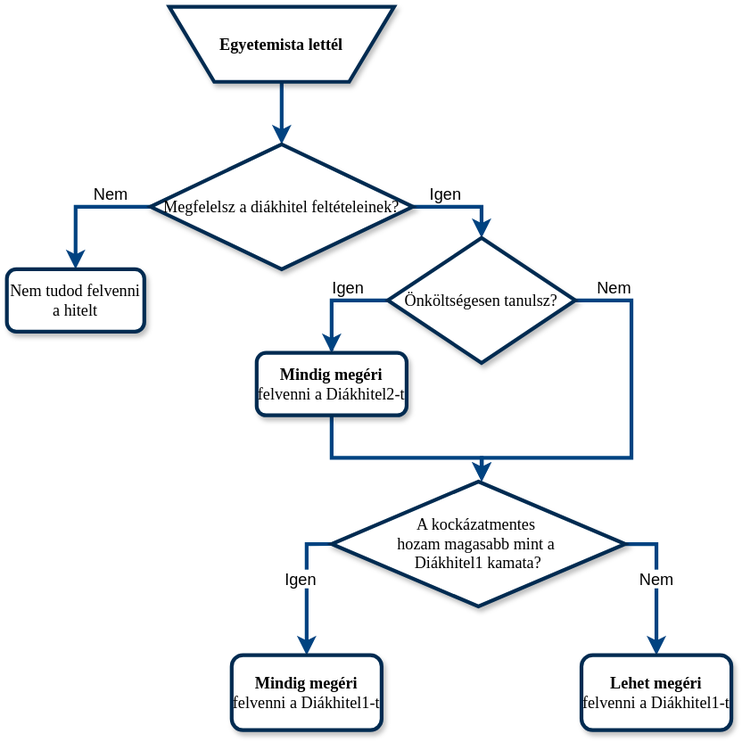
hakatiki/ETI-blog keeps this draw.io diagram as static/flowchart.svg. Above is the earlier version. Source tidied: cells renumbered, new cells last; positions are measured from the earlier drawing's top-left corner, leaving out a move shared by most shapes.
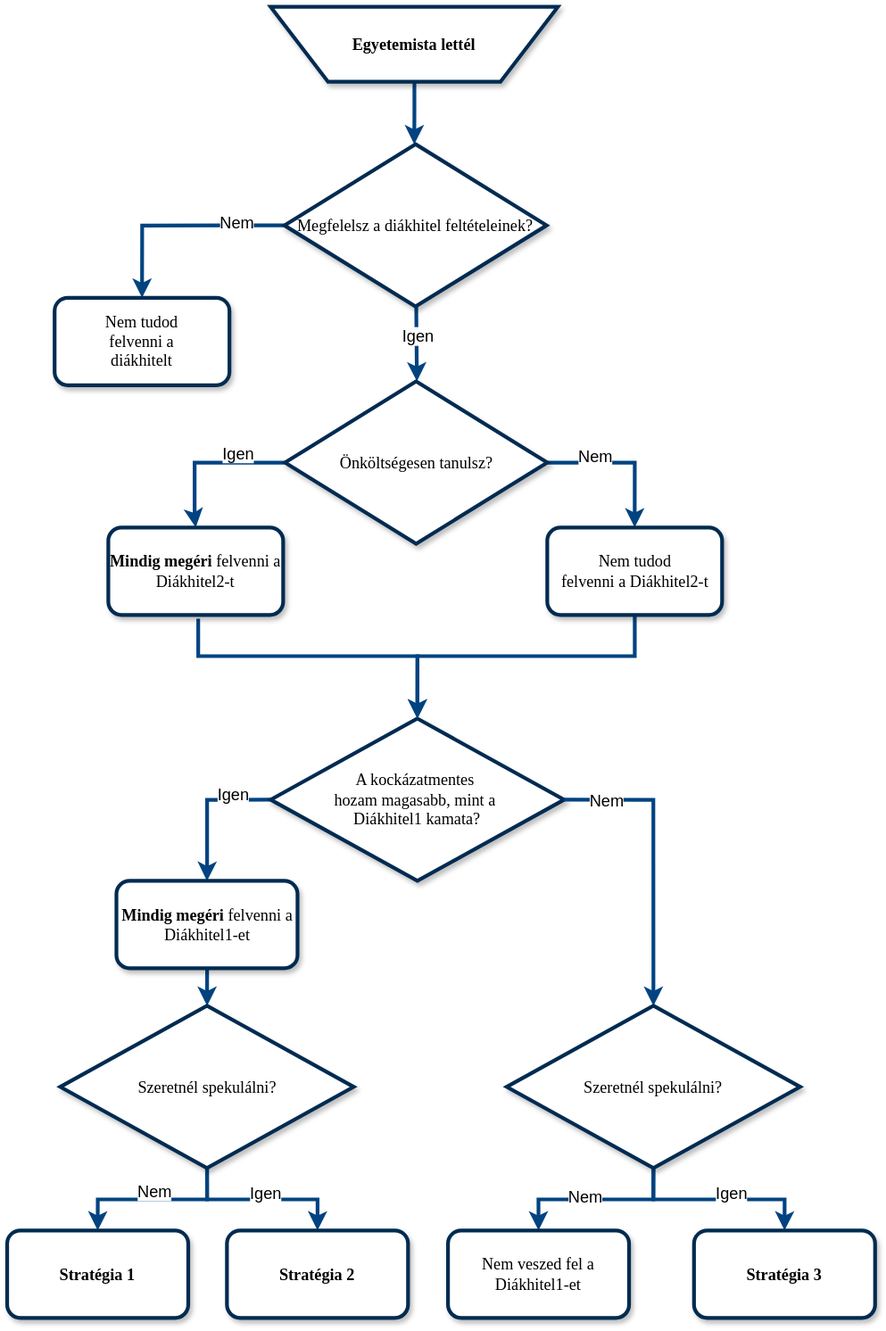
After the commit.

Diff of the diagram source:
```diff
@@ -2,116 +2,185 @@
   <root>
     <mxCell id="0" />
     <mxCell id="1" parent="0" />
-    <mxCell id="2" style="edgeStyle=orthogonalEdgeStyle;rounded=0;jettySize=auto;fontSize=13;strokeWidth=3;strokeColor=#004381;html=1;" parent="1" edge="1" source="3" target="8">
-      <mxGeometry relative="1" as="geometry" />
+    <mxCell id="2" style="edgeStyle=orthogonalEdgeStyle;rounded=0;jettySize=auto;fontSize=13;strokeWidth=3;strokeColor=#004381;html=1;entryX=0.5;entryY=0;entryDx=0;entryDy=0;" parent="1" edge="1" source="3">
+      <mxGeometry relative="1" as="geometry">
+        <mxPoint x="246" y="70" as="targetPoint" />
+      </mxGeometry>
     </mxCell>
     <mxCell id="3" value="&lt;b&gt;Egyetemista lettél&lt;/b&gt;" style="shape=trapezoid;rounded=0;shadow=1;labelBackgroundColor=none;strokeWidth=3;fontFamily=Verdana;fontSize=13;align=center;flipV=1;strokeColor=#002b51;whiteSpace=wrap;html=1;" parent="1" vertex="1">
-      <mxGeometry x="130" width="180" height="60" as="geometry" />
+      <mxGeometry x="131" y="-40" width="230" height="60" as="geometry" />
     </mxCell>
-    <mxCell id="4" style="edgeStyle=orthogonalEdgeStyle;rounded=0;jettySize=auto;entryX=0.5;entryY=0;entryDx=0;entryDy=0;fontSize=13;strokeWidth=3;strokeColor=#004381;html=1;" parent="1" edge="1" source="8" target="9">
-      <mxGeometry relative="1" as="geometry" />
+    <mxCell id="4" style="edgeStyle=orthogonalEdgeStyle;rounded=0;jettySize=auto;entryX=0.5;entryY=0;entryDx=0;entryDy=0;fontSize=13;strokeWidth=3;strokeColor=#004381;html=1;exitX=0;exitY=0.5;exitDx=0;exitDy=0;" parent="1" edge="1" source="8" target="26">
+      <mxGeometry relative="1" as="geometry">
+        <Array as="points">
+          <mxPoint x="28" y="135" />
+        </Array>
+      </mxGeometry>
     </mxCell>
     <mxCell id="5" value="Nem" style="edgeLabel;align=center;verticalAlign=middle;fontSize=13;html=1;" parent="4" vertex="1">
       <mxGeometry relative="1" as="geometry">
-        <mxPoint x="23" y="-11" as="offset" />
+        <mxPoint x="48" y="-3" as="offset" />
       </mxGeometry>
     </mxCell>
-    <mxCell id="6" style="edgeStyle=orthogonalEdgeStyle;rounded=0;jettySize=auto;fontSize=13;strokeWidth=3;strokeColor=#004381;html=1;exitX=1;exitY=0.5;exitDx=0;exitDy=0;" parent="1" edge="1" source="8" target="14">
+    <mxCell id="6" style="edgeStyle=orthogonalEdgeStyle;rounded=0;jettySize=auto;fontSize=13;strokeWidth=3;strokeColor=#004381;html=1;exitX=0.5;exitY=1;exitDx=0;exitDy=0;entryX=0.5;entryY=0;entryDx=0;entryDy=0;" parent="1" edge="1" source="8" target="14">
       <mxGeometry relative="1" as="geometry">
         <Array as="points">
-          <mxPoint x="380" y="160" />
+          <mxPoint x="247" y="135" />
+          <mxPoint x="248" y="135" />
+          <mxPoint x="248" y="260" />
         </Array>
       </mxGeometry>
     </mxCell>
     <mxCell id="7" value="Igen" style="edgeLabel;align=center;verticalAlign=middle;fontSize=13;html=1;" parent="6" vertex="1">
       <mxGeometry relative="1" as="geometry">
-        <mxPoint x="-15" y="-11" as="offset" />
+        <mxPoint x="-2" y="-26" as="offset" />
       </mxGeometry>
     </mxCell>
     <mxCell id="8" value="Megfelelsz a diákhitel feltételeinek?" style="rhombus;rounded=0;shadow=1;labelBackgroundColor=none;strokeWidth=3;fontFamily=Verdana;fontSize=13;align=center;strokeColor=#002b51;whiteSpace=wrap;html=1;" parent="1" vertex="1">
-      <mxGeometry x="115" y="110" width="210" height="100" as="geometry" />
+      <mxGeometry x="142" y="70" width="210" height="130" as="geometry" />
     </mxCell>
-    <mxCell id="9" value="Nem tudod felvenni a hitelt" style="rounded=1;shadow=1;labelBackgroundColor=none;strokeWidth=3;fontFamily=Verdana;fontSize=13;align=center;strokeColor=#002b51;whiteSpace=wrap;html=1;" parent="1" vertex="1">
-      <mxGeometry y="210" width="110" height="50" as="geometry" />
-    </mxCell>
-    <mxCell id="10" style="edgeStyle=orthogonalEdgeStyle;rounded=0;jettySize=auto;entryX=0.5;entryY=0;entryDx=0;entryDy=0;fontSize=13;strokeWidth=3;strokeColor=#004381;html=1;" parent="1" edge="1" source="14" target="16">
+    <mxCell id="10" style="edgeStyle=orthogonalEdgeStyle;rounded=0;jettySize=auto;entryX=0.5;entryY=0;entryDx=0;entryDy=0;fontSize=13;strokeWidth=3;strokeColor=#004381;html=1;exitX=0;exitY=0.5;exitDx=0;exitDy=0;" parent="1" edge="1" source="14" target="16">
       <mxGeometry relative="1" as="geometry">
         <Array as="points">
-          <mxPoint x="260" y="235" />
-          <mxPoint x="260" y="275" />
+          <mxPoint x="70" y="325" />
+          <mxPoint x="70" y="370" />
         </Array>
       </mxGeometry>
     </mxCell>
     <mxCell id="11" value="Igen" style="edgeLabel;align=center;verticalAlign=middle;fontSize=13;html=1;" parent="10" vertex="1">
       <mxGeometry relative="1" as="geometry">
-        <mxPoint x="11" y="-11" as="offset" />
+        <mxPoint x="24" y="-8" as="offset" />
       </mxGeometry>
     </mxCell>
-    <mxCell id="12" style="edgeStyle=orthogonalEdgeStyle;rounded=0;orthogonalLoop=1;jettySize=auto;entryX=0.501;entryY=-0.02;entryDx=0;entryDy=0;fontSize=13;strokeWidth=3;strokeColor=#004381;html=1;entryPerimeter=0;" parent="1" edge="1">
-      <mxGeometry relative="1" as="geometry">
-        <mxPoint x="432.5" y="237" as="sourcePoint" />
-        <mxPoint x="380.2" y="380" as="targetPoint" />
-        <Array as="points">
-          <mxPoint x="432" y="235" />
-          <mxPoint x="500" y="235" />
-          <mxPoint x="500" y="361" />
-          <mxPoint x="380" y="361" />
-        </Array>
-      </mxGeometry>
-    </mxCell>
-    <mxCell id="13" value="Nem" style="edgeLabel;align=center;verticalAlign=middle;fontSize=13;html=1;" parent="12" vertex="1">
-      <mxGeometry relative="1" as="geometry">
-        <mxPoint x="-15" y="-108" as="offset" />
-      </mxGeometry>
-    </mxCell>
-    <mxCell id="14" value="Önköltségesen tanulsz?" style="rhombus;rounded=0;shadow=1;labelBackgroundColor=none;strokeWidth=3;fontFamily=Verdana;fontSize=13;align=center;strokeColor=#002b51;whiteSpace=wrap;html=1;" parent="1" vertex="1">
-      <mxGeometry x="305" y="185" width="150" height="100" as="geometry" />
-    </mxCell>
-    <mxCell id="15" style="edgeStyle=orthogonalEdgeStyle;rounded=0;jettySize=auto;fontSize=13;strokeWidth=3;strokeColor=#004381;html=1;entryX=0.5;entryY=0;entryDx=0;entryDy=0;exitX=0.5;exitY=1;exitDx=0;exitDy=0;" parent="1" edge="1" source="16">
+    <mxCell id="15" style="edgeStyle=orthogonalEdgeStyle;rounded=0;orthogonalLoop=1;jettySize=auto;fontSize=13;strokeWidth=3;strokeColor=#004381;html=1;exitX=0.5;exitY=1;exitDx=0;exitDy=0;exitPerimeter=0;entryX=0.5;entryY=0;entryDx=0;entryDy=0;" parent="1" edge="1">
       <mxGeometry relative="1" as="geometry">
-        <mxPoint x="380" y="380" as="targetPoint" />
+        <mxPoint x="73" y="450" as="sourcePoint" />
+        <mxPoint x="248.5" y="530" as="targetPoint" />
         <Array as="points">
-          <mxPoint x="260" y="361" />
-          <mxPoint x="380" y="361" />
+          <mxPoint x="73" y="480" />
+          <mxPoint x="248" y="480" />
         </Array>
       </mxGeometry>
     </mxCell>
     <mxCell id="16" value="&lt;b&gt;Mindig megéri&lt;/b&gt; felvenni a Diákhitel2-t" style="rounded=1;shadow=1;labelBackgroundColor=none;strokeWidth=3;fontFamily=Verdana;fontSize=13;align=center;strokeColor=#002b51;whiteSpace=wrap;html=1;" parent="1" vertex="1">
-      <mxGeometry x="200" y="277" width="120" height="50" as="geometry" />
+      <mxGeometry x="1" y="377" width="140" height="70" as="geometry" />
     </mxCell>
-    <mxCell id="17" style="edgeStyle=orthogonalEdgeStyle;rounded=0;jettySize=auto;entryX=0.5;entryY=0;entryDx=0;entryDy=0;fontSize=13;strokeWidth=3;strokeColor=#004381;html=1;exitX=0;exitY=0.5;exitDx=0;exitDy=0;" parent="1" edge="1" source="21" target="22">
+    <mxCell id="17" style="edgeStyle=orthogonalEdgeStyle;rounded=0;jettySize=auto;fontSize=13;strokeWidth=3;strokeColor=#004381;html=1;exitX=0;exitY=0.5;exitDx=0;exitDy=0;entryX=0.5;entryY=0;entryDx=0;entryDy=0;" parent="1" edge="1" source="21" target="22">
       <mxGeometry relative="1" as="geometry">
         <Array as="points">
-          <mxPoint x="240" y="430" />
-          <mxPoint x="240" y="519" />
+          <mxPoint x="80" y="595" />
+          <mxPoint x="80" y="650" />
         </Array>
       </mxGeometry>
     </mxCell>
     <mxCell id="18" value="Igen" style="edgeLabel;align=center;verticalAlign=middle;fontSize=13;html=1;" parent="17" vertex="1">
       <mxGeometry relative="1" as="geometry">
-        <mxPoint x="-6" y="-7" as="offset" />
+        <mxPoint x="20" y="-12" as="offset" />
       </mxGeometry>
     </mxCell>
-    <mxCell id="19" style="edgeStyle=orthogonalEdgeStyle;rounded=0;jettySize=auto;html=1;entryX=0.5;entryY=0;entryDx=0;entryDy=0;strokeWidth=3;strokeColor=#004381;" parent="1" edge="1" source="21" target="23">
-      <mxGeometry relative="1" as="geometry">
-        <Array as="points">
-          <mxPoint x="520" y="430" />
-        </Array>
-      </mxGeometry>
-    </mxCell>
-    <mxCell id="20" value="Nem" style="edgeLabel;html=1;align=center;verticalAlign=middle;fontSize=13;" parent="19" vertex="1">
-      <mxGeometry x="-0.66" y="1" relative="1" as="geometry">
-        <mxPoint x="5" y="28" as="offset" />
-      </mxGeometry>
-    </mxCell>
-    <mxCell id="21" value="A kockázatmentes&amp;nbsp;&lt;div&gt;hozam magasabb mint a&amp;nbsp;&lt;/div&gt;&lt;div&gt;Diákhitel1 kamata?&lt;/div&gt;" style="rhombus;rounded=0;shadow=1;labelBackgroundColor=none;strokeWidth=3;fontFamily=Verdana;fontSize=13;align=center;strokeColor=#002b51;whiteSpace=wrap;html=1;" parent="1" vertex="1">
-      <mxGeometry x="260" y="380" width="235" height="100" as="geometry" />
+    <mxCell id="21" value="A kockázatmentes&amp;nbsp;&lt;div&gt;hozam magasabb, mint a&amp;nbsp;&lt;/div&gt;&lt;div&gt;Diákhitel1 kamata?&lt;/div&gt;" style="rhombus;rounded=0;shadow=1;labelBackgroundColor=none;strokeWidth=3;fontFamily=Verdana;fontSize=13;align=center;strokeColor=#002b51;whiteSpace=wrap;html=1;" parent="1" vertex="1">
+      <mxGeometry x="131" y="530" width="235" height="130" as="geometry" />
     </mxCell>
+    <mxCell id="24" style="edgeStyle=orthogonalEdgeStyle;rounded=0;jettySize=auto;html=1;strokeWidth=3;strokeColor=#004381;" parent="1" edge="1" source="22" target="37">
+      <mxGeometry relative="1" as="geometry" />
+    </mxCell>
-    <mxCell id="22" value="&lt;b&gt;Mindig megéri&lt;/b&gt; felvenni a Diákhitel1-t" style="rounded=1;shadow=1;labelBackgroundColor=none;strokeWidth=3;fontFamily=Verdana;fontSize=13;align=center;strokeColor=#002b51;whiteSpace=wrap;html=1;" parent="1" vertex="1">
-      <mxGeometry x="180" y="519" width="120" height="60" as="geometry" />
+    <mxCell id="22" value="&lt;b&gt;Mindig megéri&lt;/b&gt; felvenni a &lt;br&gt;Diákhitel1-et" style="rounded=1;shadow=1;labelBackgroundColor=none;strokeWidth=3;fontFamily=Verdana;fontSize=13;align=center;strokeColor=#002b51;whiteSpace=wrap;html=1;" parent="1" vertex="1">
+      <mxGeometry x="7.5" y="660" width="145" height="70" as="geometry" />
     </mxCell>
-    <mxCell id="23" value="&lt;b&gt;Lehet&lt;/b&gt; &lt;b&gt;megéri&lt;/b&gt; felvenni a Diákhitel1-t" style="rounded=1;shadow=1;labelBackgroundColor=none;strokeWidth=3;fontFamily=Verdana;fontSize=13;align=center;strokeColor=#002b51;whiteSpace=wrap;html=1;" parent="1" vertex="1">
-      <mxGeometry x="460" y="519" width="120" height="60" as="geometry" />
-    </mxCell>
+    <mxCell id="25" style="edgeStyle=orthogonalEdgeStyle;rounded=0;jettySize=auto;html=1;entryX=0.5;entryY=0;entryDx=0;entryDy=0;exitX=1;exitY=0.5;exitDx=0;exitDy=0;strokeWidth=3;strokeColor=#004381;" parent="1" edge="1" source="14" target="30">
+      <mxGeometry relative="1" as="geometry">
+        <Array as="points">
+          <mxPoint x="422" y="325" />
+        </Array>
+      </mxGeometry>
+    </mxCell>
+    <mxCell id="14" value="Önköltségesen tanulsz?" style="rhombus;rounded=0;shadow=1;labelBackgroundColor=none;strokeWidth=3;fontFamily=Verdana;fontSize=13;align=center;strokeColor=#002b51;whiteSpace=wrap;html=1;" parent="1" vertex="1">
+      <mxGeometry x="142.5" y="260" width="210" height="130" as="geometry" />
+    </mxCell>
+    <mxCell id="26" value="Nem tudod&lt;br&gt;felvenni a &lt;br&gt;diákhitelt" style="rounded=1;shadow=1;labelBackgroundColor=none;strokeWidth=3;fontFamily=Verdana;fontSize=13;align=center;strokeColor=#002b51;whiteSpace=wrap;html=1;" parent="1" vertex="1">
+      <mxGeometry x="-42" y="193" width="140" height="70" as="geometry" />
+    </mxCell>
+    <mxCell id="13" value="Nem" style="edgeLabel;align=center;verticalAlign=middle;fontSize=13;html=1;" parent="1" vertex="1">
+      <mxGeometry x="352.5" y="410" as="geometry">
+        <mxPoint x="37" y="-91" as="offset" />
+      </mxGeometry>
+    </mxCell>
+    <mxCell id="27" style="edgeStyle=orthogonalEdgeStyle;rounded=0;jettySize=auto;html=1;entryX=0.5;entryY=0;entryDx=0;entryDy=0;strokeWidth=3;strokeColor=#004381;exitX=1;exitY=0.5;exitDx=0;exitDy=0;" parent="1" edge="1" source="21" target="33">
+      <mxGeometry relative="1" as="geometry" />
+    </mxCell>
+    <mxCell id="28" value="Nem" style="edgeLabel;html=1;align=center;verticalAlign=middle;fontSize=13;" parent="27" vertex="1">
+      <mxGeometry x="-0.66" y="1" relative="1" as="geometry">
+        <mxPoint x="-7" y="1" as="offset" />
+      </mxGeometry>
+    </mxCell>
+    <mxCell id="29" style="edgeStyle=orthogonalEdgeStyle;rounded=0;jettySize=auto;html=1;entryX=0.5;entryY=0;entryDx=0;entryDy=0;strokeWidth=3;strokeColor=#004381;" parent="1" edge="1" source="30" target="21">
+      <mxGeometry relative="1" as="geometry">
+        <Array as="points">
+          <mxPoint x="422" y="480" />
+          <mxPoint x="248" y="480" />
+        </Array>
+      </mxGeometry>
+    </mxCell>
+    <mxCell id="30" value="Nem tudod &lt;br&gt;felvenni a Diákhitel2-t" style="rounded=1;shadow=1;labelBackgroundColor=none;strokeWidth=3;fontFamily=Verdana;fontSize=13;align=center;strokeColor=#002b51;whiteSpace=wrap;html=1;" parent="1" vertex="1">
+      <mxGeometry x="352.5" y="377" width="140" height="70" as="geometry" />
+    </mxCell>
+    <mxCell id="31" style="edgeStyle=orthogonalEdgeStyle;rounded=0;jettySize=auto;html=1;exitX=0.5;exitY=1;exitDx=0;exitDy=0;entryX=0.5;entryY=0;entryDx=0;entryDy=0;strokeWidth=3;strokeColor=#004381;" parent="1" edge="1" source="33" target="41">
+      <mxGeometry relative="1" as="geometry" />
+    </mxCell>
+    <mxCell id="32" style="edgeStyle=orthogonalEdgeStyle;rounded=0;jettySize=auto;html=1;exitX=0.5;exitY=1;exitDx=0;exitDy=0;entryX=0.5;entryY=0;entryDx=0;entryDy=0;strokeWidth=3;strokeColor=#004381;" parent="1" edge="1" source="33" target="40">
+      <mxGeometry relative="1" as="geometry" />
+    </mxCell>
+    <mxCell id="33" value="Szeretnél spekulálni?" style="rhombus;rounded=0;shadow=1;labelBackgroundColor=none;strokeWidth=3;fontFamily=Verdana;fontSize=13;align=center;strokeColor=#002b51;whiteSpace=wrap;html=1;" parent="1" vertex="1">
+      <mxGeometry x="320" y="760" width="235" height="130" as="geometry" />
+    </mxCell>
+    <mxCell id="34" style="edgeStyle=orthogonalEdgeStyle;rounded=0;jettySize=auto;html=1;entryX=0.5;entryY=0;entryDx=0;entryDy=0;strokeWidth=3;strokeColor=#004381;" parent="1" edge="1" source="37" target="38">
+      <mxGeometry relative="1" as="geometry" />
+    </mxCell>
+    <mxCell id="35" style="edgeStyle=orthogonalEdgeStyle;rounded=0;jettySize=auto;html=1;exitX=0.5;exitY=1;exitDx=0;exitDy=0;entryX=0.5;entryY=0;entryDx=0;entryDy=0;strokeWidth=3;strokeColor=#004381;" parent="1" edge="1" source="37" target="39">
+      <mxGeometry relative="1" as="geometry" />
+    </mxCell>
+    <mxCell id="36" value="&lt;span style=&quot;color: rgba(0, 0, 0, 0); font-family: monospace; font-size: 0px; text-align: start; background-color: rgb(251, 251, 251);&quot;&gt;%3CmxGraphModel%3E%3Croot%3E%3CmxCell%20id%3D%220%22%2F%3E%3CmxCell%20id%3D%221%22%20parent%3D%220%22%2F%3E%3CmxCell%20id%3D%222%22%20value%3D%22Igen%22%20style%3D%22edgeLabel%3Balign%3Dcenter%3BverticalAlign%3Dmiddle%3Bresizable%3D0%3Bpoints%3D%5B%5D%3BfontSize%3D13%3Bhtml%3D1%3B%22%20vertex%3D%221%22%20connectable%3D%220%22%20parent%3D%221%22%3E%3CmxGeometry%20x%3D%22402.0000000000002%22%20y%3D%22615.6470588235297%22%20as%3D%22geometry%22%2F%3E%3C%2FmxCell%3E%3C%2Froot%3E%3C%2FmxGraphModel%3E&lt;/span&gt;" style="edgeLabel;html=1;align=center;verticalAlign=middle;" parent="35" vertex="1">
+      <mxGeometry x="-0.02" relative="1" as="geometry" />
+    </mxCell>
+    <mxCell id="37" value="Szeretnél spekulálni?" style="rhombus;rounded=0;shadow=1;labelBackgroundColor=none;strokeWidth=3;fontFamily=Verdana;fontSize=13;align=center;strokeColor=#002b51;whiteSpace=wrap;html=1;" parent="1" vertex="1">
+      <mxGeometry x="-37.5" y="760" width="235" height="130" as="geometry" />
+    </mxCell>
+    <mxCell id="38" value="&lt;b&gt;Stratégia 1&lt;/b&gt;" style="rounded=1;shadow=1;labelBackgroundColor=none;strokeWidth=3;fontFamily=Verdana;fontSize=13;align=center;strokeColor=#002b51;whiteSpace=wrap;html=1;" parent="1" vertex="1">
+      <mxGeometry x="-80" y="940" width="145" height="70" as="geometry" />
+    </mxCell>
+    <mxCell id="39" value="&lt;b&gt;Stratégia 2&lt;/b&gt;" style="rounded=1;shadow=1;labelBackgroundColor=none;strokeWidth=3;fontFamily=Verdana;fontSize=13;align=center;strokeColor=#002b51;whiteSpace=wrap;html=1;" parent="1" vertex="1">
+      <mxGeometry x="96" y="940" width="145" height="70" as="geometry" />
+    </mxCell>
+    <mxCell id="40" value="&lt;b&gt;Stratégia 3&lt;/b&gt;" style="rounded=1;shadow=1;labelBackgroundColor=none;strokeWidth=3;fontFamily=Verdana;fontSize=13;align=center;strokeColor=#002b51;whiteSpace=wrap;html=1;" parent="1" vertex="1">
+      <mxGeometry x="470" y="940" width="145" height="70" as="geometry" />
+    </mxCell>
+    <mxCell id="41" value="Nem veszed fel a Diákhitel1-et" style="rounded=1;shadow=1;labelBackgroundColor=none;strokeWidth=3;fontFamily=Verdana;fontSize=13;align=center;strokeColor=#002b51;whiteSpace=wrap;html=1;" parent="1" vertex="1">
+      <mxGeometry x="273" y="940" width="145" height="70" as="geometry" />
+    </mxCell>
+    <mxCell id="42" value="Igen" style="edgeLabel;align=center;verticalAlign=middle;fontSize=13;html=1;" parent="1" vertex="1">
+      <mxGeometry x="120" y="830" as="geometry">
+        <mxPoint x="6" y="79" as="offset" />
+      </mxGeometry>
+    </mxCell>
+    <mxCell id="43" value="Igen" style="edgeLabel;align=center;verticalAlign=middle;fontSize=13;html=1;" parent="1" vertex="1">
+      <mxGeometry x="492.5" y="830" as="geometry">
+        <mxPoint x="6" y="79" as="offset" />
+      </mxGeometry>
+    </mxCell>
+    <mxCell id="44" value="Nem" style="edgeLabel;html=1;align=center;verticalAlign=middle;fontSize=13;" parent="1" vertex="1">
+      <mxGeometry x="37" y="915" as="geometry">
+        <mxPoint y="-7" as="offset" />
+      </mxGeometry>
+    </mxCell>
+    <mxCell id="45" value="Nem" style="edgeLabel;html=1;align=center;verticalAlign=middle;fontSize=13;" parent="1" vertex="1">
+      <mxGeometry x="360" y="910" as="geometry">
+        <mxPoint x="22" y="2" as="offset" />
+      </mxGeometry>
+    </mxCell>
+    <mxCell id="46" value="Igen" style="edgeLabel;align=center;verticalAlign=middle;fontSize=13;html=1;" parent="1" vertex="1">
+      <mxGeometry x="101" y="327" as="geometry">
+        <mxPoint x="147" y="-104" as="offset" />
+      </mxGeometry>
+    </mxCell>
   </root>
 </mxGraphModel>
```
